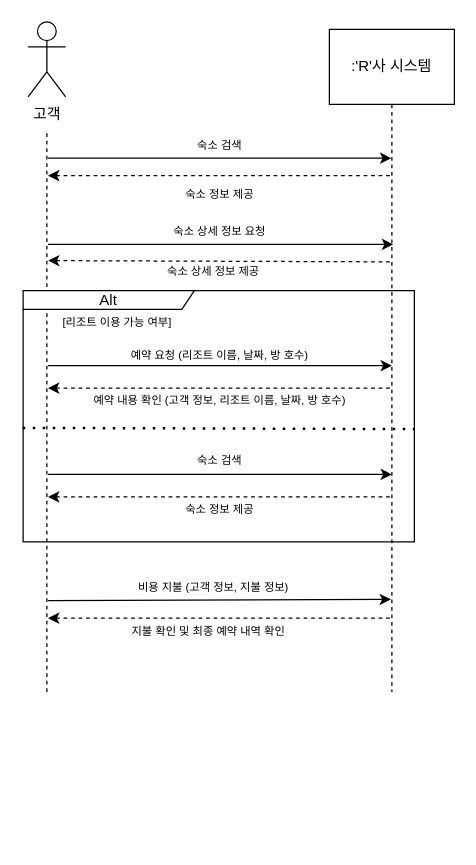
Above: 시분설_5번과제.drawio in dbsrudrla/diagram (draw.io), before the change. Source tidied: cells renumbered, new cells numbered last; positions are measured from the earlier drawing's top-left corner, leaving out a move shared by most shapes. Both pictures are drawn from the tidied source at 125%, with x=0, y=0 at pixel (22, 21).
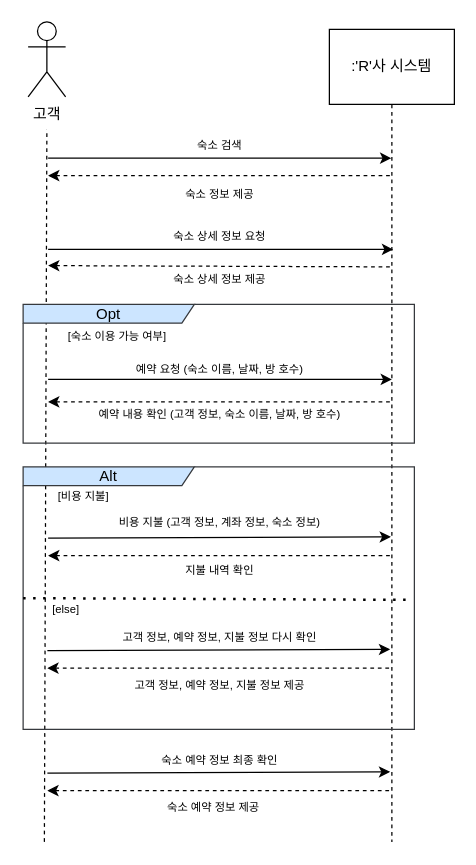
Above is the later version.

Commit message (it also covers changes not shown here):
시분설_5번과제.drawio 업데이트

What changed in the source:
```diff
@@
     <mxCell id="3" style="endArrow=none;dashed=1;html=1;rounded=0;" parent="1" edge="1">
       <mxGeometry relative="1" as="geometry">
-        <mxPoint x="19" y="536" as="sourcePoint" />
+        <mxPoint x="17" y="656" as="sourcePoint" />
         <mxPoint x="19" y="86" as="targetPoint" />
       </mxGeometry>
     </mxCell>
     <mxCell id="4" value=":'R'사 시스템" style="shape=umlLifeline;perimeter=lifelinePerimeter;whiteSpace=wrap;html=1;newEdgeStyle={&quot;edgeStyle&quot;:&quot;elbowEdgeStyle&quot;,&quot;elbow&quot;:&quot;vertical&quot;,&quot;curved&quot;:0,&quot;rounded&quot;:0};size=60;" parent="1" vertex="1">
-      <mxGeometry x="245" y="6" width="100" height="530" as="geometry" />
+      <mxGeometry x="245" y="6" width="100" height="650" as="geometry" />
     </mxCell>
@@
     <mxCell id="7" style="endArrow=classic;html=1;rounded=0;" parent="1" edge="1">
       <mxGeometry relative="1" as="geometry">
-        <mxPoint x="20" y="178" as="sourcePoint" />
-        <mxPoint x="296" y="178" as="targetPoint" />
+        <mxPoint x="20" y="182" as="sourcePoint" />
+        <mxPoint x="296" y="182" as="targetPoint" />
       </mxGeometry>
     </mxCell>
     <mxCell id="8" style="endArrow=none;html=1;rounded=0;dashed=1;endFill=0;startArrow=classic;startFill=1;" parent="1" edge="1">
       <mxGeometry relative="1" as="geometry">
-        <mxPoint x="20" y="191" as="sourcePoint" />
-        <mxPoint x="295" y="192" as="targetPoint" />
+        <mxPoint x="20" y="195" as="sourcePoint" />
+        <mxPoint x="295" y="196" as="targetPoint" />
       </mxGeometry>
     </mxCell>
     <mxCell id="9" style="endArrow=classic;html=1;rounded=0;" parent="1" edge="1">
       <mxGeometry relative="1" as="geometry">
-        <mxPoint x="20" y="275" as="sourcePoint" />
-        <mxPoint x="295" y="275" as="targetPoint" />
+        <mxPoint x="20" y="286" as="sourcePoint" />
+        <mxPoint x="295" y="286" as="targetPoint" />
       </mxGeometry>
     </mxCell>
     <mxCell id="10" style="endArrow=none;html=1;rounded=0;dashed=1;endFill=0;startArrow=classic;startFill=1;" parent="1" edge="1">
       <mxGeometry relative="1" as="geometry">
-        <mxPoint x="20" y="293" as="sourcePoint" />
-        <mxPoint x="295" y="293" as="targetPoint" />
+        <mxPoint x="20" y="304" as="sourcePoint" />
+        <mxPoint x="295" y="304" as="targetPoint" />
       </mxGeometry>
     </mxCell>
@@
     <mxCell id="13" value="숙소 상세 정보 요청" style="text;html=1;align=center;verticalAlign=middle;strokeColor=none;fillColor=none;fontSize=9;" parent="1" vertex="1">
-      <mxGeometry x="101.5" y="153" width="110" height="30" as="geometry" />
+      <mxGeometry x="101.5" y="157" width="110" height="30" as="geometry" />
     </mxCell>
     <mxCell id="14" value="숙소 상세 정보 제공" style="text;html=1;align=center;verticalAlign=middle;strokeColor=none;fillColor=none;fontSize=9;" parent="1" vertex="1">
-      <mxGeometry x="97" y="185" width="110" height="30" as="geometry" />
+      <mxGeometry x="101.5" y="191" width="110" height="30" as="geometry" />
     </mxCell>
     <mxCell id="15" style="endArrow=classic;html=1;rounded=0;" parent="1" edge="1">
       <mxGeometry relative="1" as="geometry">
-        <mxPoint x="20" y="463" as="sourcePoint" />
-        <mxPoint x="294.2" y="462" as="targetPoint" />
+        <mxPoint x="20" y="413" as="sourcePoint" />
+        <mxPoint x="294.2" y="412" as="targetPoint" />
       </mxGeometry>
     </mxCell>
     <mxCell id="16" style="endArrow=none;html=1;rounded=0;dashed=1;endFill=0;startArrow=classic;startFill=1;" parent="1" edge="1">
       <mxGeometry relative="1" as="geometry">
-        <mxPoint x="20" y="477" as="sourcePoint" />
-        <mxPoint x="294.2" y="477" as="targetPoint" />
+        <mxPoint x="20" y="427" as="sourcePoint" />
+        <mxPoint x="294.2" y="427" as="targetPoint" />
       </mxGeometry>
     </mxCell>
-    <mxCell id="17" value="비용 지불 (고객 정보, 지불 정보)" style="text;html=1;align=center;verticalAlign=middle;strokeColor=none;fillColor=none;fontSize=9;" parent="1" vertex="1">
-      <mxGeometry x="67" y="438" width="170" height="30" as="geometry" />
-    </mxCell>
-    <mxCell id="18" value="지불 확인 및 최종 예약 내역 확인" style="text;html=1;align=center;verticalAlign=middle;strokeColor=none;fillColor=none;fontSize=9;" parent="1" vertex="1">
-      <mxGeometry x="63" y="473" width="170" height="30" as="geometry" />
-    </mxCell>
-    <mxCell id="19" value="Alt" style="shape=umlFrame;whiteSpace=wrap;html=1;width=137;height=15;" parent="1" vertex="1">
-      <mxGeometry y="215" width="313" height="201" as="geometry" />
+    <mxCell id="19" value="Opt" style="shape=umlFrame;whiteSpace=wrap;html=1;width=137;height=15;labelBackgroundColor=none;labelBorderColor=none;fillColor=#cce5ff;fillStyle=auto;strokeColor=#36393d;" parent="1" vertex="1">
+      <mxGeometry y="226" width="313" height="111" as="geometry" />
     </mxCell>
-    <mxCell id="20" value="&lt;font style=&quot;font-size: 9px;&quot;&gt;[리조트 이용 가능 여부]&lt;/font&gt;" style="text;html=1;align=center;verticalAlign=middle;strokeColor=none;fillColor=none;" parent="19" vertex="1">
-      <mxGeometry x="10" y="10" width="130" height="30" as="geometry" />
+    <mxCell id="20" value="&lt;font style=&quot;font-size: 9px;&quot;&gt;[숙소 이용 가능 여부]&lt;/font&gt;" style="text;html=1;align=center;verticalAlign=middle;strokeColor=none;fillColor=none;" parent="19" vertex="1">
+      <mxGeometry x="15" y="10" width="120" height="30" as="geometry" />
     </mxCell>
-    <mxCell id="21" value="예약 요청 (리조트 이름, 날짜, 방 호수)" style="text;html=1;align=center;verticalAlign=middle;strokeColor=none;fillColor=none;fontSize=9;" parent="19" vertex="1">
-      <mxGeometry x="61.5" y="37" width="190" height="30" as="geometry" />
+    <mxCell id="21" value="예약 요청 (숙소 이름, 날짜, 방 호수)" style="text;html=1;align=center;verticalAlign=middle;strokeColor=none;fillColor=none;fontSize=9;" parent="19" vertex="1">
+      <mxGeometry x="66.5" y="37" width="180" height="30" as="geometry" />
     </mxCell>
-    <mxCell id="22" value="예약 내용 확인 (고객 정보, 리조트 이름, 날짜, 방 호수)" style="text;html=1;align=center;verticalAlign=middle;strokeColor=none;fillColor=none;fontSize=9;" parent="19" vertex="1">
-      <mxGeometry x="26.5" y="73" width="260" height="30" as="geometry" />
+    <mxCell id="22" value="예약 내용 확인 (고객 정보, 숙소 이름, 날짜, 방 호수)" style="text;html=1;align=center;verticalAlign=middle;strokeColor=none;fillColor=none;fontSize=9;" parent="19" vertex="1">
+      <mxGeometry x="31.5" y="73" width="250" height="30" as="geometry" />
     </mxCell>
-    <mxCell id="23" style="endArrow=classic;html=1;rounded=0;" parent="19" edge="1">
-      <mxGeometry relative="1" as="geometry">
-        <mxPoint x="20" y="147" as="sourcePoint" />
-        <mxPoint x="295" y="147" as="targetPoint" />
-      </mxGeometry>
-    </mxCell>
-    <mxCell id="24" style="endArrow=none;html=1;rounded=0;dashed=1;endFill=0;startArrow=classic;startFill=1;" parent="19" edge="1">
-      <mxGeometry relative="1" as="geometry">
-        <mxPoint x="20" y="165" as="sourcePoint" />
-        <mxPoint x="295" y="165" as="targetPoint" />
-      </mxGeometry>
-    </mxCell>
-    <mxCell id="25" value="숙소 검색" style="text;html=1;align=center;verticalAlign=middle;strokeColor=none;fillColor=none;fontSize=9;" parent="19" vertex="1">
-      <mxGeometry x="121.5" y="121" width="70" height="30" as="geometry" />
-    </mxCell>
-    <mxCell id="26" value="숙소 정보 제공" style="text;html=1;align=center;verticalAlign=middle;strokeColor=none;fillColor=none;fontSize=9;" parent="19" vertex="1">
-      <mxGeometry x="111.5" y="160" width="90" height="30" as="geometry" />
-    </mxCell>
-    <mxCell id="27" style="endArrow=none;dashed=1;html=1;dashPattern=1 3;strokeWidth=2;rounded=0;entryX=0.999;entryY=0.556;entryDx=0;entryDy=0;entryPerimeter=0;exitX=-0.001;exitY=0.551;exitDx=0;exitDy=0;exitPerimeter=0;" parent="1" edge="1">
-      <mxGeometry relative="1" as="geometry">
-        <mxPoint x="-0.3" y="324.8" as="sourcePoint" />
-        <mxPoint x="312.7" y="325.8" as="targetPoint" />
-      </mxGeometry>
-    </mxCell>
+    <mxCell id="28" value="Alt" style="shape=umlFrame;whiteSpace=wrap;html=1;width=137;height=15;labelBackgroundColor=none;labelBorderColor=none;fillColor=#cce5ff;fillStyle=auto;strokeColor=#36393d;" parent="1" vertex="1">
+      <mxGeometry y="356" width="313" height="210" as="geometry" />
+    </mxCell>
+    <mxCell id="29" value="&lt;font style=&quot;font-size: 9px;&quot;&gt;[비용 지불]&lt;/font&gt;" style="text;html=1;align=center;verticalAlign=middle;strokeColor=none;fillColor=none;" parent="28" vertex="1">
+      <mxGeometry x="13" y="8" width="70" height="30" as="geometry" />
+    </mxCell>
+    <mxCell id="30" value="&lt;font style=&quot;font-size: 9px;&quot;&gt;[else]&lt;/font&gt;" style="text;html=1;align=center;verticalAlign=middle;strokeColor=none;fillColor=none;" parent="28" vertex="1">
+      <mxGeometry x="9" y="98" width="50" height="30" as="geometry" />
+    </mxCell>
+    <mxCell id="31" style="endArrow=classic;html=1;rounded=0;" parent="28" edge="1">
+      <mxGeometry relative="1" as="geometry">
+        <mxPoint x="19.4" y="147" as="sourcePoint" />
+        <mxPoint x="293.6" y="146" as="targetPoint" />
+      </mxGeometry>
+    </mxCell>
+    <mxCell id="32" style="endArrow=none;html=1;rounded=0;dashed=1;endFill=0;startArrow=classic;startFill=1;" parent="28" edge="1">
+      <mxGeometry relative="1" as="geometry">
+        <mxPoint x="19.4" y="161" as="sourcePoint" />
+        <mxPoint x="293.6" y="161" as="targetPoint" />
+      </mxGeometry>
+    </mxCell>
+    <mxCell id="33" value="고객 정보, 예약 정보, 지불 정보 다시 확인" style="text;html=1;align=center;verticalAlign=middle;strokeColor=none;fillColor=none;fontSize=9;" parent="28" vertex="1">
+      <mxGeometry x="51.5" y="122" width="210" height="30" as="geometry" />
+    </mxCell>
+    <mxCell id="34" value="고객 정보, 예약 정보, 지불 정보 제공" style="text;html=1;align=center;verticalAlign=middle;strokeColor=none;fillColor=none;fontSize=9;" parent="28" vertex="1">
+      <mxGeometry x="61.5" y="160" width="190" height="30" as="geometry" />
+    </mxCell>
+    <mxCell id="18" value="지불 내역 확인" style="text;html=1;align=center;verticalAlign=middle;strokeColor=none;fillColor=none;fontSize=9;" parent="28" vertex="1">
+      <mxGeometry x="111.5" y="68" width="90" height="30" as="geometry" />
+    </mxCell>
+    <mxCell id="17" value="비용 지불 (고객 정보, 계좌 정보, 숙소 정보)" style="text;html=1;align=center;verticalAlign=middle;strokeColor=none;fillColor=none;fontSize=9;" parent="28" vertex="1">
+      <mxGeometry x="46.5" y="30" width="220" height="30" as="geometry" />
+    </mxCell>
+    <mxCell id="35" style="endArrow=none;dashed=1;html=1;dashPattern=1 3;strokeWidth=2;rounded=0;entryX=0.991;entryY=0.561;entryDx=0;entryDy=0;entryPerimeter=0;exitX=0;exitY=0.553;exitDx=0;exitDy=0;exitPerimeter=0;" parent="1" edge="1">
+      <mxGeometry relative="1" as="geometry">
+        <mxPoint y="461" as="sourcePoint" />
+        <mxPoint x="310.2" y="462.4" as="targetPoint" />
+      </mxGeometry>
+    </mxCell>
+    <mxCell id="36" style="endArrow=classic;html=1;rounded=0;" parent="1" edge="1">
+      <mxGeometry relative="1" as="geometry">
+        <mxPoint x="19.4" y="601" as="sourcePoint" />
+        <mxPoint x="293.6" y="600" as="targetPoint" />
+      </mxGeometry>
+    </mxCell>
+    <mxCell id="37" style="endArrow=none;html=1;rounded=0;dashed=1;endFill=0;startArrow=classic;startFill=1;" parent="1" edge="1">
+      <mxGeometry relative="1" as="geometry">
+        <mxPoint x="19.4" y="615" as="sourcePoint" />
+        <mxPoint x="293.6" y="615" as="targetPoint" />
+      </mxGeometry>
+    </mxCell>
+    <mxCell id="38" value="숙소 예약 정보 최종 확인" style="text;html=1;align=center;verticalAlign=middle;strokeColor=none;fillColor=none;fontSize=9;" parent="1" vertex="1">
+      <mxGeometry x="91.5" y="576" width="130" height="30" as="geometry" />
+    </mxCell>
+    <mxCell id="39" value="숙소 예약 정보 제공" style="text;html=1;align=center;verticalAlign=middle;strokeColor=none;fillColor=none;fontSize=9;" parent="1" vertex="1">
+      <mxGeometry x="97" y="614" width="110" height="30" as="geometry" />
+    </mxCell>
```
